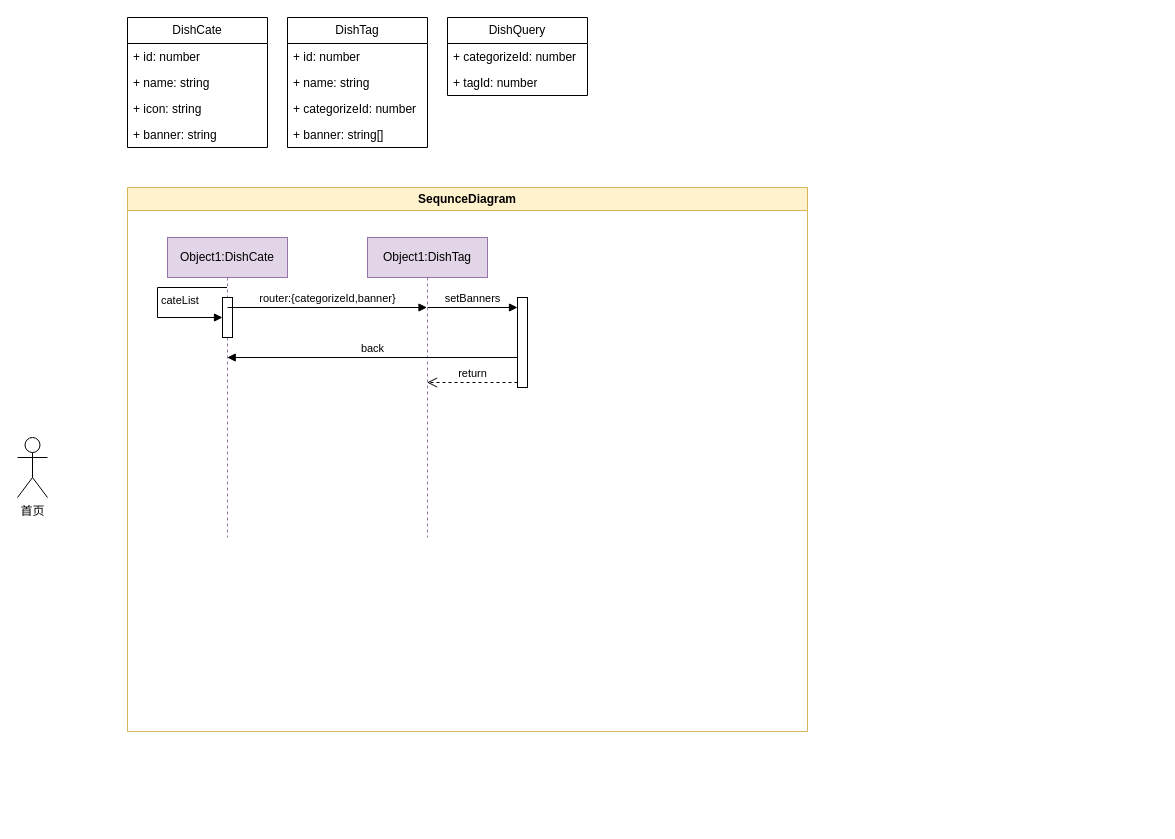
The draw.io diagram prds/uml顺序图.drawio in matrix-johnjohn/EatGo-Ordering-App, before the edit. Source tidied: cells renumbered, new cells numbered last; positions are measured from the earlier drawing's top-left corner, leaving out a move shared by most shapes. Both pictures are drawn from the tidied source at 100%, with x=0, y=0 at pixel (17, 17).
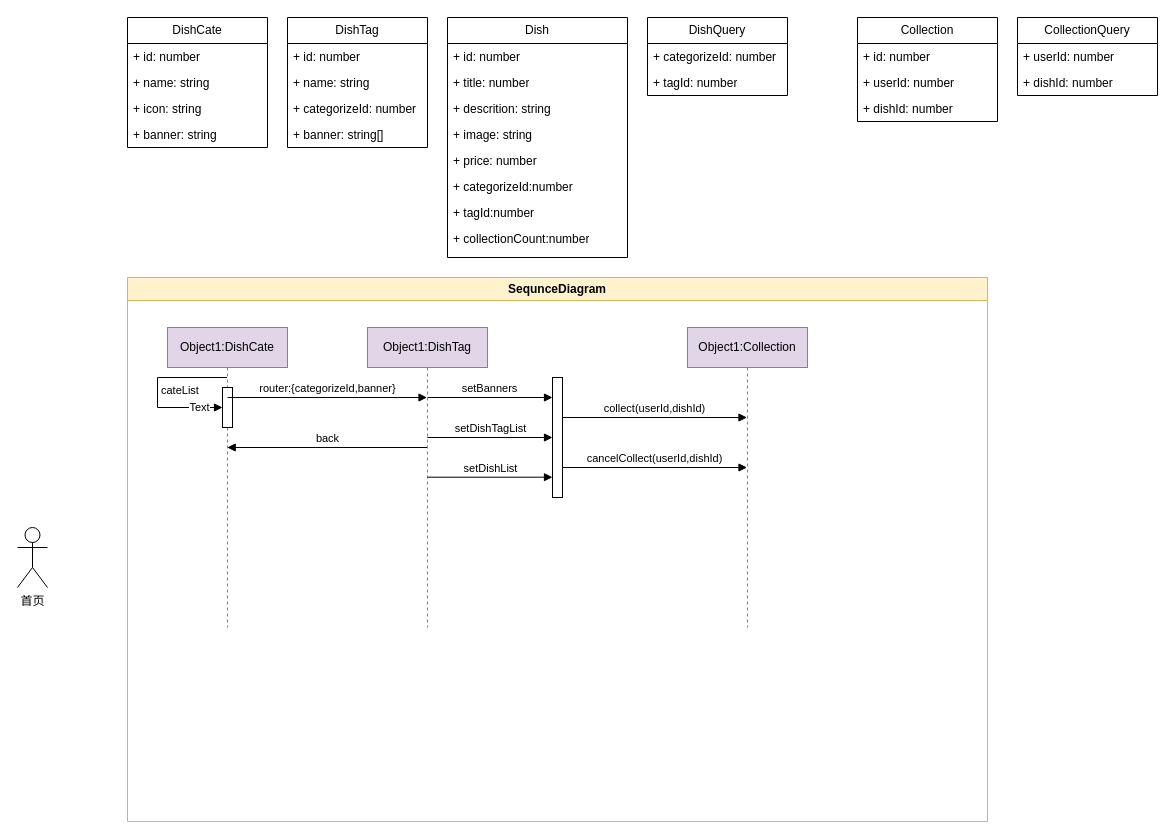
Above is the later version.

Unchanged cells that the change refers to:
```xml
<mxCell id="11" value="cateList" style="html=1;align=left;spacingLeft=2;endArrow=block;rounded=0;edgeStyle=orthogonalEdgeStyle;curved=0;rounded=0;" parent="9" edge="1" source="9" target="10">
  <mxGeometry relative="1" as="geometry">
    <Array as="points">
      <mxPoint x="-10" y="50" />
      <mxPoint x="-10" y="80" />
    </Array>
  </mxGeometry>
</mxCell>
<mxCell id="12" value="Object1:DishTag" style="shape=umlLifeline;perimeter=lifelinePerimeter;whiteSpace=wrap;html=1;outlineConnect=0;portConstraint=eastwest;newEdgeStyle={&quot;curved&quot;:0,&quot;rounded&quot;:0};fillColor=#e1d5e7;strokeColor=#9673a6;" parent="8" vertex="1">
  <mxGeometry x="240" y="50" width="120" height="300" as="geometry" />
</mxCell>
```

Diff of the diagram source:
```diff
@@
     <mxCell id="2" value="首页" style="shape=umlActor;verticalLabelPosition=bottom;verticalAlign=top;html=1;" parent="1" vertex="1">
-      <mxGeometry y="420" width="30" height="60" as="geometry" />
+      <mxGeometry y="510" width="30" height="60" as="geometry" />
     </mxCell>
@@
     <mxCell id="8" value="SequnceDiagram" style="swimlane;whiteSpace=wrap;html=1;fillColor=#fff2cc;strokeColor=#d6b656;" parent="1" vertex="1">
-      <mxGeometry x="110" y="170" width="680" height="544" as="geometry" />
+      <mxGeometry x="110" y="260" width="860" height="544" as="geometry" />
     </mxCell>
@@
+    <mxCell id="26" value="Text" style="edgeLabel;html=1;align=center;verticalAlign=middle;" parent="11" vertex="1">
+      <mxGeometry x="0.71" y="1" relative="1" as="geometry" />
+    </mxCell>
@@
     <mxCell id="13" style="html=1;points=[[0,0,0,0,5],[0,1,0,0,-5],[1,0,0,0,5],[1,1,0,0,-5]];perimeter=orthogonalPerimeter;outlineConnect=0;targetShapes=umlLifeline;portConstraint=eastwest;newEdgeStyle={&quot;curved&quot;:0,&quot;rounded&quot;:0};" parent="8" vertex="1">
-      <mxGeometry x="390" y="110" width="10" height="90" as="geometry" />
+      <mxGeometry x="425" y="100" width="10" height="120" as="geometry" />
     </mxCell>
-    <mxCell id="14" value="setBanners" style="html=1;verticalAlign=bottom;endArrow=block;curved=0;rounded=0;entryX=0;entryY=0;entryDx=0;entryDy=5;" parent="8" edge="1">
+    <mxCell id="14" value="setBanners" style="html=1;verticalAlign=bottom;endArrow=block;curved=0;rounded=0;" parent="8" edge="1" target="13">
       <mxGeometry relative="1" as="geometry">
         <mxPoint x="300.1" y="120" as="sourcePoint" />
-        <mxPoint x="390" y="120" as="targetPoint" />
       </mxGeometry>
     </mxCell>
-    <mxCell id="15" value="return" style="html=1;verticalAlign=bottom;endArrow=open;dashed=1;endSize=8;curved=0;rounded=0;exitX=0;exitY=1;exitDx=0;exitDy=-5;" parent="8" edge="1" source="13" target="12">
-      <mxGeometry relative="1" as="geometry" />
-    </mxCell>
@@
-    <mxCell id="17" value="back" style="html=1;verticalAlign=bottom;endArrow=block;curved=0;rounded=0;" parent="8" edge="1">
+    <mxCell id="17" value="back" style="html=1;verticalAlign=bottom;endArrow=block;curved=0;rounded=0;" parent="8" edge="1" source="12">
       <mxGeometry relative="1" as="geometry">
-        <mxPoint x="390" y="170" as="sourcePoint" />
         <mxPoint x="99.7" y="170" as="targetPoint" />
       </mxGeometry>
     </mxCell>
+    <mxCell id="27" value="setDishTagList" style="html=1;verticalAlign=bottom;endArrow=block;curved=0;rounded=0;entryX=0;entryY=0;entryDx=0;entryDy=5;" parent="8" edge="1">
+      <mxGeometry relative="1" as="geometry">
+        <mxPoint x="299.9" y="160" as="sourcePoint" />
+        <mxPoint x="425" y="160" as="targetPoint" />
+      </mxGeometry>
+    </mxCell>
+    <mxCell id="28" value="setDishList" style="html=1;verticalAlign=bottom;endArrow=block;curved=0;rounded=0;" parent="8" edge="1">
+      <mxGeometry relative="1" as="geometry">
+        <mxPoint x="299.9" y="199.7" as="sourcePoint" />
+        <mxPoint x="425" y="199.7" as="targetPoint" />
+      </mxGeometry>
+    </mxCell>
+    <mxCell id="29" value="Object1:Collection" style="shape=umlLifeline;perimeter=lifelinePerimeter;whiteSpace=wrap;html=1;newEdgeStyle={&quot;curved&quot;:0,&quot;rounded&quot;:0};fillColor=#e1d5e7;strokeColor=#9673a6;" parent="8" vertex="1">
+      <mxGeometry x="560" y="50" width="120" height="300" as="geometry" />
+    </mxCell>
+    <mxCell id="30" value="collect(userId,dishId)" style="html=1;verticalAlign=bottom;endArrow=block;curved=0;rounded=0;" parent="8" edge="1">
+      <mxGeometry relative="1" as="geometry">
+        <mxPoint x="435" y="140" as="sourcePoint" />
+        <mxPoint x="619.5" y="140" as="targetPoint" />
+      </mxGeometry>
+    </mxCell>
+    <mxCell id="31" value="cancelCollect(userId,dishId)" style="html=1;verticalAlign=bottom;endArrow=block;curved=0;rounded=0;" parent="8" edge="1">
+      <mxGeometry relative="1" as="geometry">
+        <mxPoint x="435" y="190" as="sourcePoint" />
+        <mxPoint x="619.5" y="190" as="targetPoint" />
+      </mxGeometry>
+    </mxCell>
@@
+    <mxCell id="32" value="Dish" style="swimlane;fontStyle=0;horizontal=1;startSize=26;fillColor=none;whiteSpace=wrap;html=1;" parent="1" vertex="1">
+      <mxGeometry x="430" width="180" height="240" as="geometry" />
+    </mxCell>
+    <mxCell id="33" value="+ id: number" style="text;strokeColor=none;fillColor=none;align=left;verticalAlign=top;spacingLeft=4;spacingRight=4;overflow=hidden;whiteSpace=wrap;html=1;" parent="32" vertex="1">
+      <mxGeometry y="26" width="180" height="26" as="geometry" />
+    </mxCell>
+    <mxCell id="34" value="+ title: number" style="text;strokeColor=none;fillColor=none;align=left;verticalAlign=top;spacingLeft=4;spacingRight=4;overflow=hidden;whiteSpace=wrap;html=1;" parent="32" vertex="1">
+      <mxGeometry y="52" width="180" height="26" as="geometry" />
+    </mxCell>
+    <mxCell id="35" value="+ descrition: string" style="text;strokeColor=none;fillColor=none;align=left;verticalAlign=top;spacingLeft=4;spacingRight=4;overflow=hidden;whiteSpace=wrap;html=1;" parent="32" vertex="1">
+      <mxGeometry y="78" width="180" height="26" as="geometry" />
+    </mxCell>
+    <mxCell id="36" value="+ image: string" style="text;strokeColor=none;fillColor=none;align=left;verticalAlign=top;spacingLeft=4;spacingRight=4;overflow=hidden;whiteSpace=wrap;html=1;" parent="32" vertex="1">
+      <mxGeometry y="104" width="180" height="26" as="geometry" />
+    </mxCell>
+    <mxCell id="37" value="+ price: number" style="text;strokeColor=none;fillColor=none;align=left;verticalAlign=top;spacingLeft=4;spacingRight=4;overflow=hidden;whiteSpace=wrap;html=1;" parent="32" vertex="1">
+      <mxGeometry y="130" width="180" height="26" as="geometry" />
+    </mxCell>
+    <mxCell id="38" value="+ categorizeId:number" style="text;strokeColor=none;fillColor=none;align=left;verticalAlign=top;spacingLeft=4;spacingRight=4;overflow=hidden;whiteSpace=wrap;html=1;" parent="32" vertex="1">
+      <mxGeometry y="156" width="180" height="26" as="geometry" />
+    </mxCell>
+    <mxCell id="39" value="+ tagId:number" style="text;strokeColor=none;fillColor=none;align=left;verticalAlign=top;spacingLeft=4;spacingRight=4;overflow=hidden;whiteSpace=wrap;html=1;" parent="32" vertex="1">
+      <mxGeometry y="182" width="180" height="26" as="geometry" />
+    </mxCell>
+    <mxCell id="40" value="+ collectionCount:number" style="text;strokeColor=none;fillColor=none;align=left;verticalAlign=top;spacingLeft=4;spacingRight=4;overflow=hidden;whiteSpace=wrap;html=1;" parent="32" vertex="1">
+      <mxGeometry y="208" width="180" height="32" as="geometry" />
+    </mxCell>
     <mxCell id="23" value="DishQuery" style="swimlane;fontStyle=0;horizontal=1;startSize=26;fillColor=none;whiteSpace=wrap;html=1;" parent="1" vertex="1">
-      <mxGeometry x="430" width="140" height="78" as="geometry" />
+      <mxGeometry x="630" width="140" height="78" as="geometry" />
     </mxCell>
@@
+    <mxCell id="41" value="Collection" style="swimlane;fontStyle=0;horizontal=1;startSize=26;fillColor=none;whiteSpace=wrap;html=1;" parent="1" vertex="1">
+      <mxGeometry x="840" width="140" height="104" as="geometry" />
+    </mxCell>
+    <mxCell id="42" value="+ id: number" style="text;strokeColor=none;fillColor=none;align=left;verticalAlign=top;spacingLeft=4;spacingRight=4;overflow=hidden;whiteSpace=wrap;html=1;" parent="41" vertex="1">
+      <mxGeometry y="26" width="140" height="26" as="geometry" />
+    </mxCell>
+    <mxCell id="43" value="+ userId: number" style="text;strokeColor=none;fillColor=none;align=left;verticalAlign=top;spacingLeft=4;spacingRight=4;overflow=hidden;whiteSpace=wrap;html=1;" parent="41" vertex="1">
+      <mxGeometry y="52" width="140" height="26" as="geometry" />
+    </mxCell>
+    <mxCell id="44" value="+ dishId: number" style="text;strokeColor=none;fillColor=none;align=left;verticalAlign=top;spacingLeft=4;spacingRight=4;overflow=hidden;whiteSpace=wrap;html=1;" parent="41" vertex="1">
+      <mxGeometry y="78" width="140" height="26" as="geometry" />
+    </mxCell>
+    <mxCell id="45" value="CollectionQuery" style="swimlane;fontStyle=0;horizontal=1;startSize=26;fillColor=none;whiteSpace=wrap;html=1;" parent="1" vertex="1">
+      <mxGeometry x="1000" width="140" height="78" as="geometry" />
+    </mxCell>
+    <mxCell id="46" value="+ userId: number" style="text;strokeColor=none;fillColor=none;align=left;verticalAlign=top;spacingLeft=4;spacingRight=4;overflow=hidden;whiteSpace=wrap;html=1;" parent="45" vertex="1">
+      <mxGeometry y="26" width="140" height="26" as="geometry" />
+    </mxCell>
+    <mxCell id="47" value="+ dishId: number" style="text;strokeColor=none;fillColor=none;align=left;verticalAlign=top;spacingLeft=4;spacingRight=4;overflow=hidden;whiteSpace=wrap;html=1;" parent="45" vertex="1">
+      <mxGeometry y="52" width="140" height="26" as="geometry" />
+    </mxCell>
```
